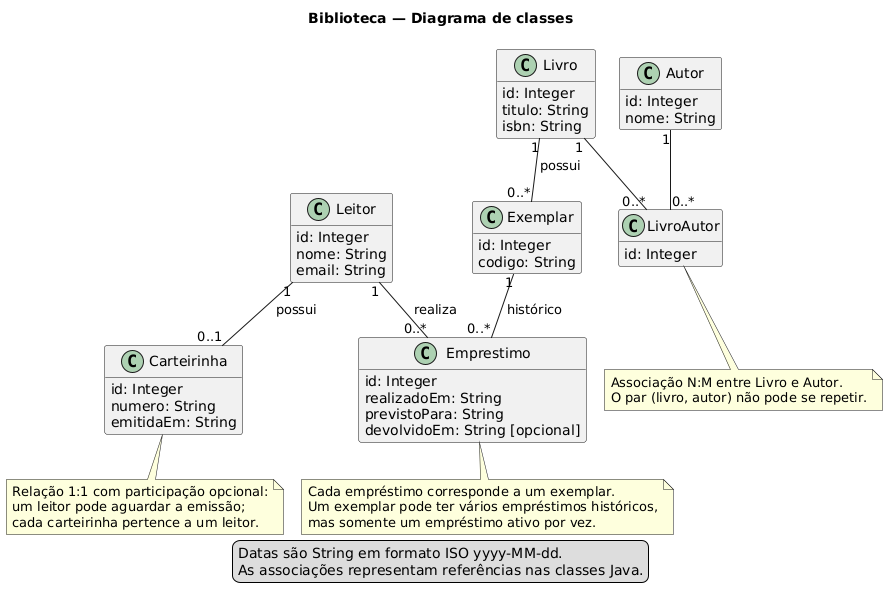
Earlier version of the PlantUML export diagramas/classes.png (BarbaraNogueiraCS/SPD-Atividade0909).
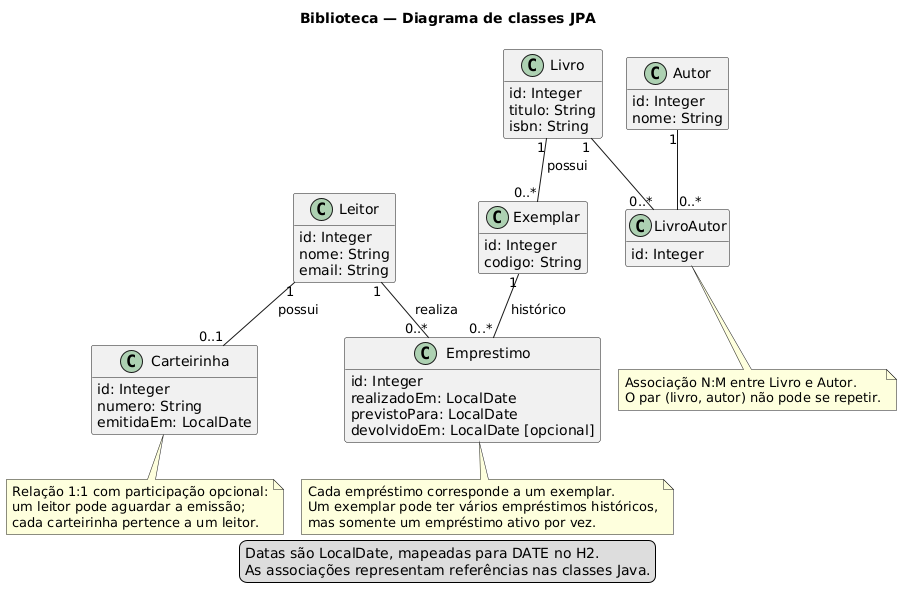
After the change.

Change to the diagram source:
```diff
@@ -1,6 +1,6 @@
 @startuml
 !pragma layout smetana
-title Biblioteca — Diagrama de classes
+title Biblioteca — Diagrama de classes JPA
 hide methods
 skinparam classAttributeIconSize 0
 class Leitor {
@@ -11,7 +11,7 @@
 class Carteirinha {
   id: Integer
   numero: String
-  emitidaEm: String
+  emitidaEm: LocalDate
 }
 class Livro {
   id: Integer
@@ -28,9 +28,9 @@
 }
 class Emprestimo {
   id: Integer
-  realizadoEm: String
-  previstoPara: String
-  devolvidoEm: String [opcional]
+  realizadoEm: LocalDate
+  previstoPara: LocalDate
+  devolvidoEm: LocalDate [opcional]
 }
 Leitor "1" -- "0..1" Carteirinha : possui
 class LivroAutor {
@@ -56,7 +56,7 @@
   mas somente um empréstimo ativo por vez.
 end note
 legend bottom
-  Datas são String em formato ISO yyyy-MM-dd.
+  Datas são LocalDate, mapeadas para DATE no H2.
   As associações representam referências nas classes Java.
 endlegend
 @enduml
```
